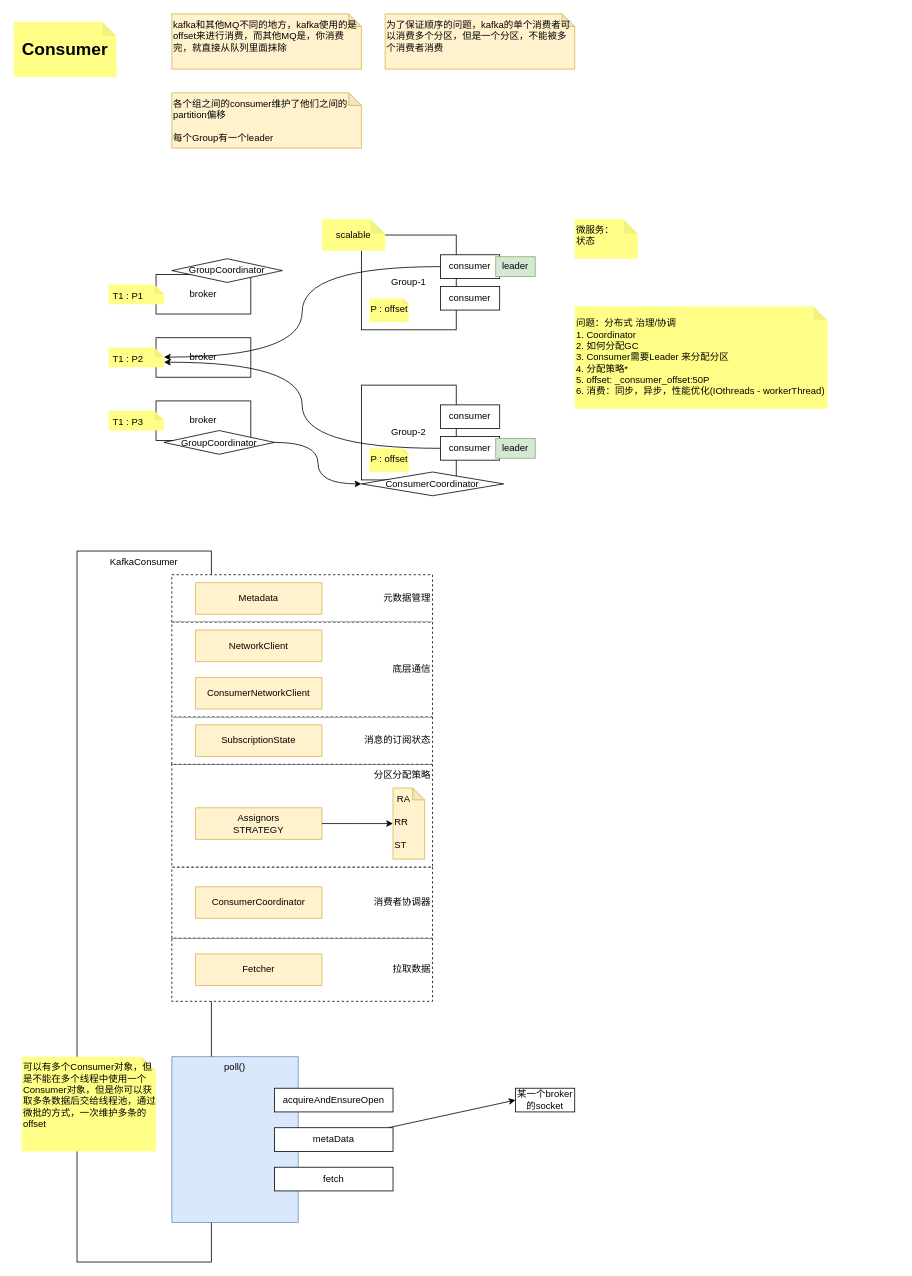
Above: draw/kafka/kafka的consumer.drawio in BxcGit/draw (draw.io), before the change. Source tidied: cells renumbered, new cells numbered last; positions are measured from the earlier drawing's top-left corner, leaving out a move shared by most shapes. Both pictures are drawn from the tidied source at 79%, with x=0, y=0 at pixel (13, 13).
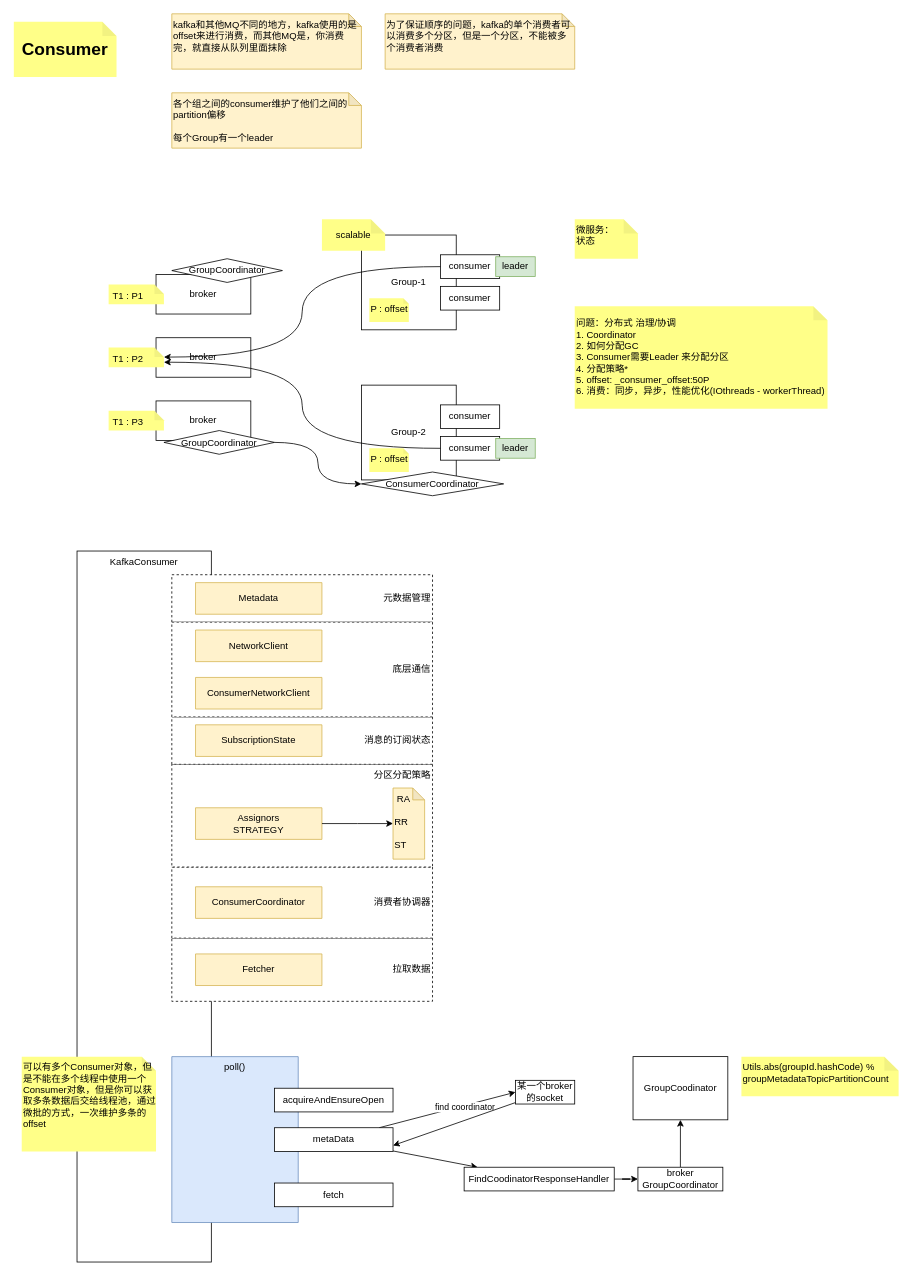
After the change.

Unchanged cells that the change refers to:
```xml
<mxCell id="51" style="rounded=0;jettySize=auto;html=1;entryX=0;entryY=0.5;entryDx=0;entryDy=0;" parent="1" edge="1" source="52" target="54">
  <mxGeometry relative="1" as="geometry" />
</mxCell>
<mxCell id="52" value="metaData" style="rounded=0;whiteSpace=wrap;html=1;align=center;verticalAlign=middle;" parent="1" vertex="1">
  <mxGeometry x="330" y="1410" width="150" height="30" as="geometry" />
</mxCell>
```

What changed in the source:
```diff
@@
+    <mxCell id="55" value="find coordinator" style="edgeLabel;html=1;align=center;verticalAlign=middle;" parent="51" vertex="1">
+      <mxGeometry x="0.25" y="-2" relative="1" as="geometry" />
+    </mxCell>
+    <mxCell id="56" style="rounded=0;jettySize=auto;html=1;" parent="1" edge="1" source="52" target="59">
+      <mxGeometry relative="1" as="geometry" />
+    </mxCell>
@@
     <mxCell id="53" value="fetch" style="rounded=0;whiteSpace=wrap;html=1;align=center;verticalAlign=middle;" parent="1" vertex="1">
-      <mxGeometry x="330" y="1460" width="150" height="30" as="geometry" />
+      <mxGeometry x="330" y="1480" width="150" height="30" as="geometry" />
     </mxCell>
+    <mxCell id="57" style="rounded=0;jettySize=auto;html=1;entryX=1;entryY=0.75;entryDx=0;entryDy=0;" parent="1" edge="1" source="54" target="52">
+      <mxGeometry relative="1" as="geometry" />
+    </mxCell>
     <mxCell id="54" value="某一个broker的socket" style="rounded=0;whiteSpace=wrap;html=1;align=center;verticalAlign=middle;" parent="1" vertex="1">
-      <mxGeometry x="635" y="1360" width="75" height="30" as="geometry" />
+      <mxGeometry x="635" y="1350" width="75" height="30" as="geometry" />
     </mxCell>
+    <mxCell id="58" style="edgeStyle=orthogonalEdgeStyle;rounded=0;jettySize=auto;html=1;entryX=0;entryY=0.5;entryDx=0;entryDy=0;" parent="1" edge="1" source="59" target="61">
+      <mxGeometry relative="1" as="geometry" />
+    </mxCell>
+    <mxCell id="59" value="FindCoodinatorResponseHandler" style="rounded=0;whiteSpace=wrap;html=1;align=center;verticalAlign=middle;" parent="1" vertex="1">
+      <mxGeometry x="570" y="1460" width="190" height="30" as="geometry" />
+    </mxCell>
+    <mxCell id="60" style="rounded=0;jettySize=auto;html=1;entryX=0.5;entryY=1;entryDx=0;entryDy=0;" parent="1" edge="1" source="61" target="62">
+      <mxGeometry relative="1" as="geometry" />
+    </mxCell>
+    <mxCell id="61" value="broker&lt;div&gt;GroupCoordinator&lt;/div&gt;" style="rounded=0;whiteSpace=wrap;html=1;align=center;verticalAlign=middle;" parent="1" vertex="1">
+      <mxGeometry x="790" y="1460" width="107.5" height="30" as="geometry" />
+    </mxCell>
+    <mxCell id="62" value="GroupCoodinator" style="rounded=0;whiteSpace=wrap;html=1;align=center;verticalAlign=middle;" parent="1" vertex="1">
+      <mxGeometry x="783.8" y="1320" width="120" height="80" as="geometry" />
+    </mxCell>
+    <mxCell id="63" value="Utils.abs(groupId.hashCode) % groupMetadataTopicPartitionCount" style="shape=note;whiteSpace=wrap;html=1;backgroundOutline=1;darkOpacity=0.05;fillColor=#ffff88;strokeColor=none;horizontal=1;align=left;verticalAlign=top;size=18;" parent="1" vertex="1">
+      <mxGeometry x="921" y="1320" width="199" height="50" as="geometry" />
+    </mxCell>
```
